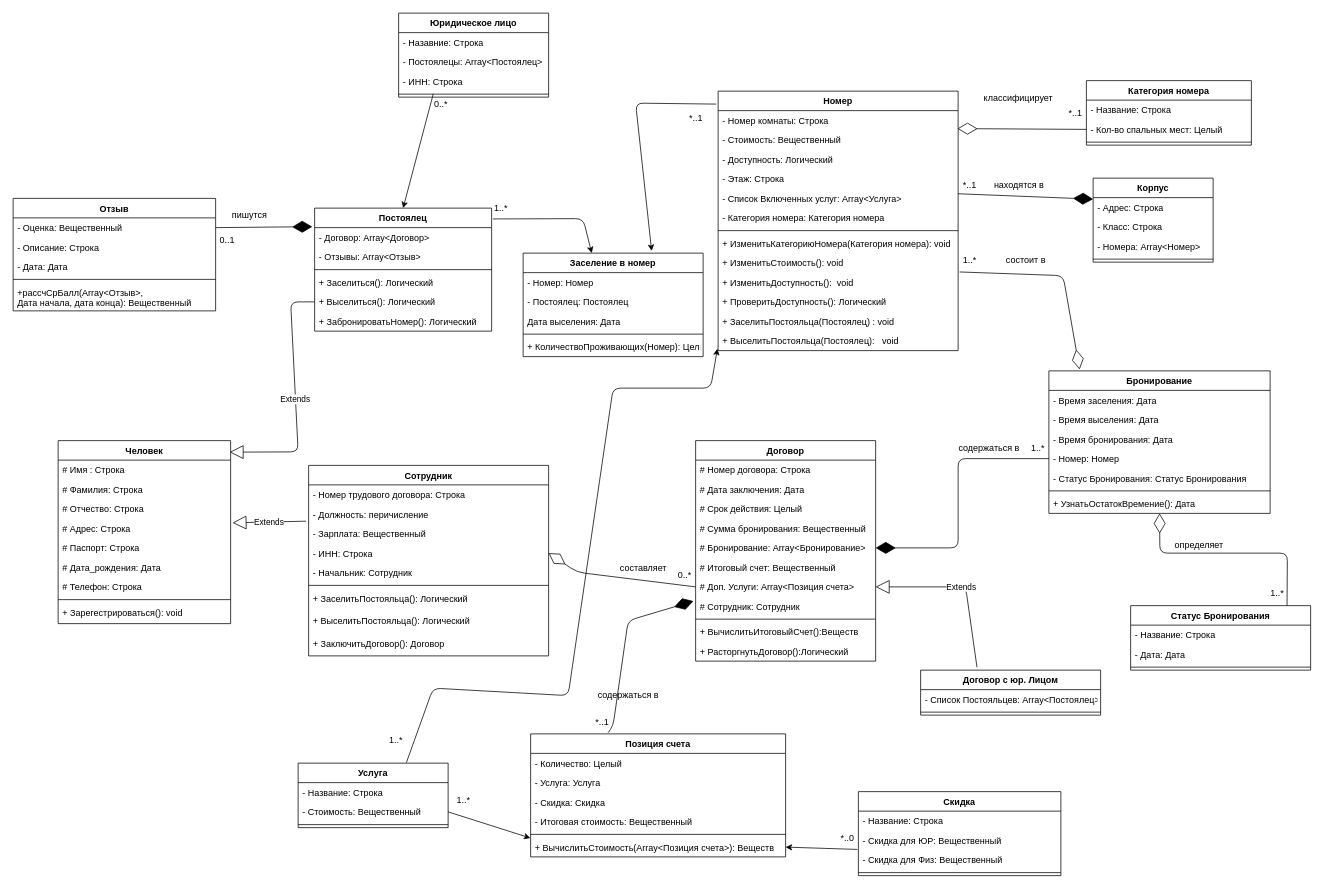
Earlier version of the draw.io diagram IS_IS/lab2/Class diagram.drawio (Suvorovm/DB--Labs). Source tidied: cells renumbered, new cells numbered last; positions are measured from the earlier drawing's top-left corner, leaving out a move shared by most shapes. Both pictures are drawn from the tidied source at 75%, with x=0, y=0 at pixel (13, 13).
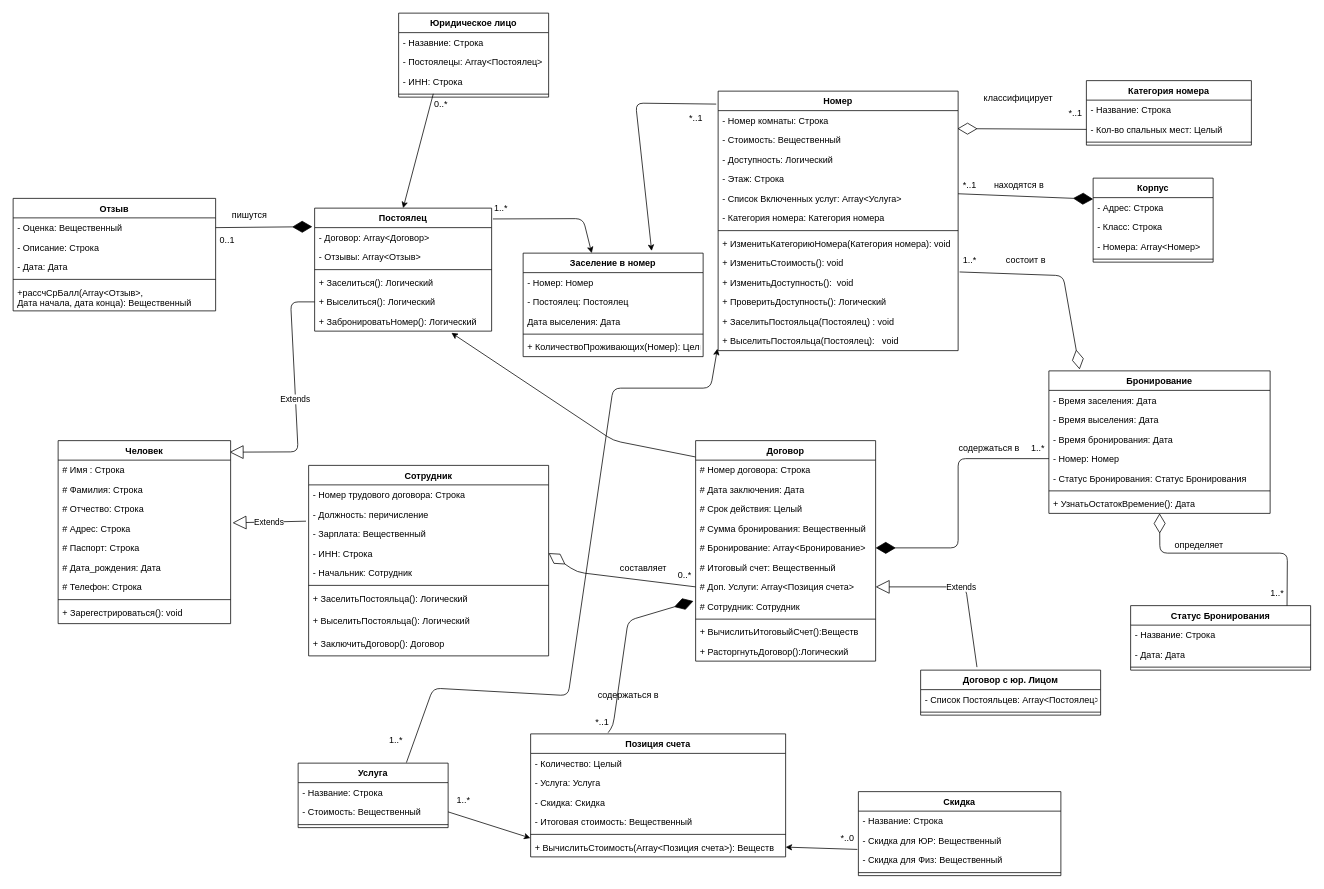
The same page after the edit.

The change refers to these unchanged cells:
```xml
<mxCell id="51" value="+ ЗабронироватьНомер(): Логический" style="text;strokeColor=none;fillColor=none;align=left;verticalAlign=top;spacingLeft=4;spacingRight=4;overflow=hidden;points=[[0,0.5],[1,0.5]];portConstraint=eastwest;" parent="45" vertex="1">
  <mxGeometry y="138" width="236" height="26" as="geometry" />
</mxCell>
<mxCell id="52" value="Договор" style="swimlane;fontStyle=1;align=center;verticalAlign=top;horizontal=1;startSize=26;" parent="1" vertex="1">
  <mxGeometry x="910" y="570" width="240" height="294" as="geometry" />
</mxCell>
```

What changed in the source:
```diff
@@
+    <mxCell id="151" style="endArrow=classic;html=1;entryX=0.773;entryY=1.09;entryDx=0;entryDy=0;entryPerimeter=0;exitX=-0.001;exitY=0.074;exitDx=0;exitDy=0;exitPerimeter=0;" parent="1" edge="1" source="52" target="51">
+      <mxGeometry relative="1" as="geometry">
+        <Array as="points">
+          <mxPoint x="800.4" y="570" />
+        </Array>
+      </mxGeometry>
+    </mxCell>
```
